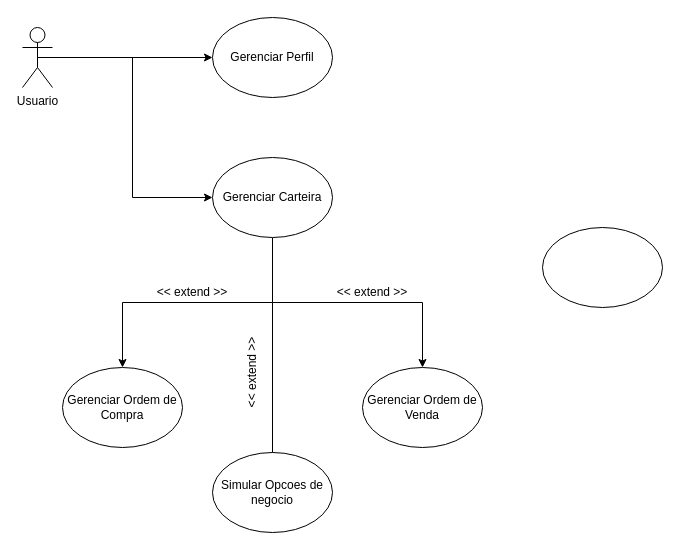
Above: usecase.drawio in devtnascimento/modelagem (draw.io), before the change. Source tidied: cells renumbered, new cells numbered last; positions are measured from the earlier drawing's top-left corner, leaving out a move shared by most shapes. Both pictures are drawn from the tidied source at 100%, with x=0, y=0 at pixel (22, 17).
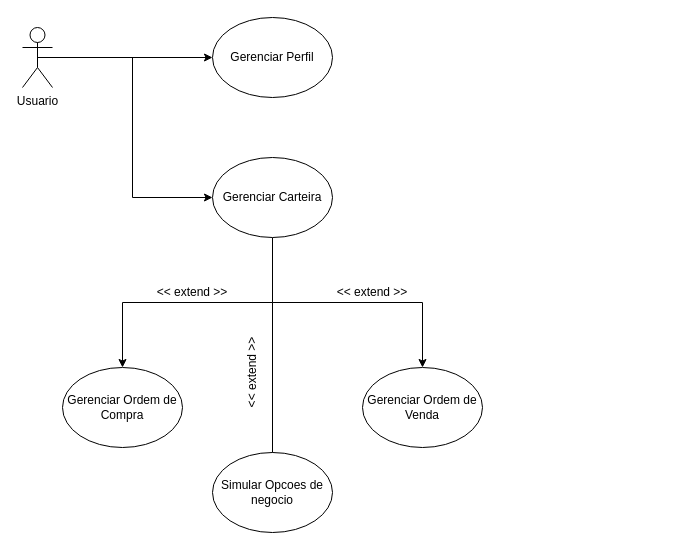
Above is the later version.

What changed in the source:
```diff
@@
 <mxGraphModel>
   <root>
     <mxCell id="0" />
     <mxCell id="1" parent="0" />
     <mxCell id="2" value="Gerenciar Ordem de Compra" style="ellipse;whiteSpace=wrap;html=1;" parent="1" vertex="1">
       <mxGeometry x="40" y="350" width="120" height="80" as="geometry" />
     </mxCell>
-    <mxCell id="3" style="ellipse;whiteSpace=wrap;html=1;" parent="1" vertex="1">
-      <mxGeometry x="520" y="210" width="120" height="80" as="geometry" />
-    </mxCell>
     <mxCell id="4" value="Simular Opcoes de negocio" style="ellipse;whiteSpace=wrap;html=1;" parent="1" vertex="1">
       <mxGeometry x="190" y="435" width="120" height="80" as="geometry" />
     </mxCell>
     <mxCell id="5" value="Gerenciar Perfil" style="ellipse;whiteSpace=wrap;html=1;" parent="1" vertex="1">
       <mxGeometry x="190" width="120" height="80" as="geometry" />
     </mxCell>
     <mxCell id="6" style="edgeStyle=orthogonalEdgeStyle;rounded=0;jettySize=auto;html=1;exitX=0.5;exitY=1;exitDx=0;exitDy=0;" parent="1" edge="1" source="8" target="2">
       <mxGeometry relative="1" as="geometry" />
     </mxCell>
     <mxCell id="7" style="edgeStyle=orthogonalEdgeStyle;rounded=0;jettySize=auto;html=1;exitX=0.5;exitY=0;exitDx=0;exitDy=0;entryX=0.5;entryY=0;entryDx=0;entryDy=0;" parent="1" edge="1" source="4" target="9">
       <mxGeometry relative="1" as="geometry">
         <Array as="points">
           <mxPoint x="250" y="285" />
           <mxPoint x="400" y="285" />
         </Array>
       </mxGeometry>
     </mxCell>
     <mxCell id="8" value="Gerenciar Carteira" style="ellipse;whiteSpace=wrap;html=1;" parent="1" vertex="1">
       <mxGeometry x="190" y="140" width="120" height="80" as="geometry" />
     </mxCell>
     <mxCell id="9" value="Gerenciar Ordem de Venda" style="ellipse;whiteSpace=wrap;html=1;" parent="1" vertex="1">
       <mxGeometry x="340" y="350" width="120" height="80" as="geometry" />
     </mxCell>
     <mxCell id="10" style="edgeStyle=orthogonalEdgeStyle;rounded=0;jettySize=auto;html=1;exitX=0.5;exitY=0.5;exitDx=0;exitDy=0;exitPerimeter=0;entryX=0;entryY=0.5;entryDx=0;entryDy=0;" parent="1" edge="1" source="12" target="8">
       <mxGeometry relative="1" as="geometry" />
     </mxCell>
     <mxCell id="11" style="edgeStyle=orthogonalEdgeStyle;rounded=0;jettySize=auto;html=1;exitX=0.5;exitY=0.5;exitDx=0;exitDy=0;exitPerimeter=0;entryX=0;entryY=0.5;entryDx=0;entryDy=0;" parent="1" edge="1" source="12" target="5">
       <mxGeometry relative="1" as="geometry" />
     </mxCell>
     <mxCell id="12" value="Usuario&lt;br&gt;" style="shape=umlActor;verticalLabelPosition=bottom;verticalAlign=top;html=1;outlineConnect=0;" parent="1" vertex="1">
       <mxGeometry y="10" width="30" height="60" as="geometry" />
     </mxCell>
     <mxCell id="13" value="&amp;lt;&amp;lt; extend &amp;gt;&amp;gt;" style="text;html=1;strokeColor=none;fillColor=none;align=center;verticalAlign=middle;whiteSpace=wrap;rounded=0;" parent="1" vertex="1">
       <mxGeometry x="130" y="260" width="80" height="30" as="geometry" />
     </mxCell>
     <mxCell id="14" value="&amp;lt;&amp;lt; extend &amp;gt;&amp;gt;" style="text;html=1;strokeColor=none;fillColor=none;align=center;verticalAlign=middle;whiteSpace=wrap;rounded=0;" parent="1" vertex="1">
       <mxGeometry x="310" y="260" width="80" height="30" as="geometry" />
     </mxCell>
     <mxCell id="15" value="&amp;lt;&amp;lt; extend &amp;gt;&amp;gt;" style="text;html=1;strokeColor=none;fillColor=none;align=center;verticalAlign=middle;whiteSpace=wrap;rounded=0;rotation=-90;" parent="1" vertex="1">
       <mxGeometry x="190" y="340" width="80" height="30" as="geometry" />
     </mxCell>
   </root>
 </mxGraphModel>
```
